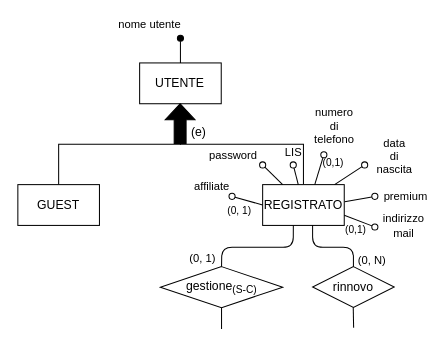
Before: Progetto Esame - DBSperimentazioni A.A. 2023-2024/Diagrammi/generalizzazioni/2.3.2.1_gen_1b_cor.drawio in Mattron2000/Basi_di_dati, a draw.io diagram. Source tidied: cells renumbered, new cells numbered last; positions are measured from the earlier drawing's top-left corner, leaving out a move shared by most shapes. Both pictures are drawn from the tidied source at 102%, with x=0, y=0 at pixel (17, 38).
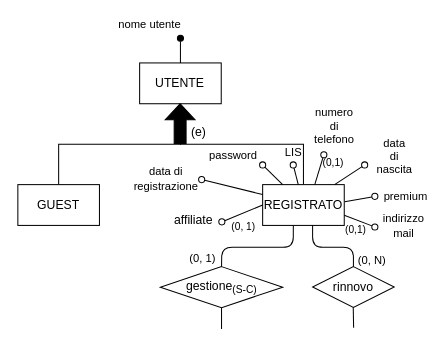
After the change.

Unchanged cells that the change refers to:
```xml
<mxCell id="6" value="REGISTRATO" style="whiteSpace=wrap;html=1;" parent="1" vertex="1">
  <mxGeometry x="240" y="143.5" width="80" height="40" as="geometry" />
</mxCell>
```

The edit, as a diff of the source:
```diff
@@
     <mxCell id="29" style="endArrow=oval;html=1;fillStyle=auto;strokeWidth=1;startSize=6;endSize=6;fillColor=#000000;startArrow=none;startFill=0;endFill=0;strokeColor=#000000;exitX=0;exitY=0.5;exitDx=0;exitDy=0;" parent="1" edge="1" source="6">
       <mxGeometry relative="1" as="geometry">
-        <mxPoint x="210" y="155" as="targetPoint" />
+        <mxPoint x="200" y="180" as="targetPoint" />
       </mxGeometry>
     </mxCell>
-    <mxCell id="30" value="&lt;font style=&quot;font-size: 11px;&quot;&gt;affiliate&lt;/font&gt;" style="text;html=1;align=center;verticalAlign=middle;strokeColor=none;fillColor=none;" parent="1" vertex="1">
-      <mxGeometry x="160" y="130" width="60" height="30" as="geometry" />
-    </mxCell>
     <mxCell id="31" value="&lt;font style=&quot;font-size: 10px;&quot;&gt;(0, 1)&lt;/font&gt;" style="edgeLabel;html=1;align=center;verticalAlign=middle;fontSize=11;fontFamily=Helvetica;fontColor=default;" parent="1" vertex="1">
-      <mxGeometry x="216" y="168" as="geometry" />
+      <mxGeometry x="220" y="183.5" as="geometry" />
     </mxCell>
@@
+    <mxCell id="36" style="endArrow=oval;html=1;fillStyle=auto;strokeWidth=1;startSize=6;endSize=6;fillColor=#000000;startArrow=none;startFill=0;endFill=0;exitX=-0.003;exitY=0.13;exitDx=0;exitDy=0;exitPerimeter=0;fontSize=11;" parent="1" edge="1">
+      <mxGeometry relative="1" as="geometry">
+        <mxPoint x="240" y="153.2" as="sourcePoint" />
+        <mxPoint x="180.2" y="138.6" as="targetPoint" />
+      </mxGeometry>
+    </mxCell>
+    <mxCell id="37" value="data di&lt;br&gt;registrazione" style="text;html=1;align=center;verticalAlign=middle;strokeColor=none;fillColor=none;fontSize=11;" parent="1" vertex="1">
+      <mxGeometry x="100" y="118" width="90" height="40" as="geometry" />
+    </mxCell>
+    <mxCell id="30" value="affiliate" style="text;html=1;align=center;verticalAlign=middle;strokeColor=none;fillColor=none;" parent="1" vertex="1">
+      <mxGeometry x="144" y="166" width="56" height="26" as="geometry" />
+    </mxCell>
```
